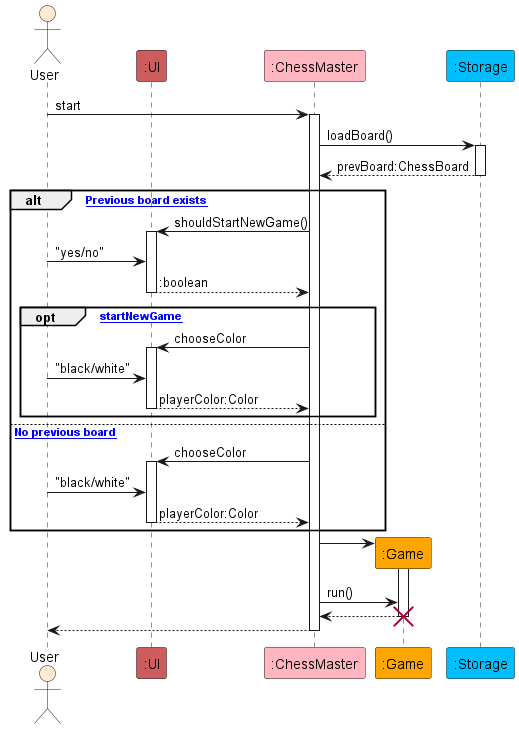
onx001/tp keeps this PlantUML diagram as docs/images/ChessMasterSequence.png. Above is the earlier version.
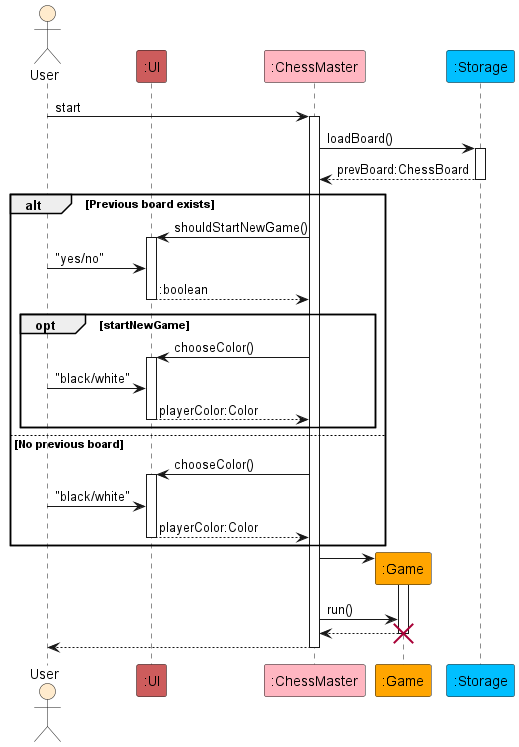
After the commit.

What changed in the source:
```diff
@@ -15,7 +15,7 @@
 storage --> chessMaster : prevBoard:ChessBoard
 deactivate storage
 
-alt [. Previous board exists]
+alt Previous board exists
 
     chessMaster -> ui : shouldStartNewGame()
     activate ui
@@ -23,9 +23,9 @@
     ui --> chessMaster : :boolean
     deactivate ui
 
-    opt [startNewGame]
+    opt startNewGame
 
-        chessMaster -> ui : chooseColor
+        chessMaster -> ui : chooseColor()
         activate ui
         user -> ui : "black/white"
         ui --> chessMaster : playerColor:Color
@@ -33,9 +33,9 @@
 
     end
 
-else [. No previous board]
+else No previous board
 
-    chessMaster -> ui : chooseColor
+    chessMaster -> ui : chooseColor()
     activate ui
     user -> ui : "black/white"
     ui --> chessMaster : playerColor:Color
```
